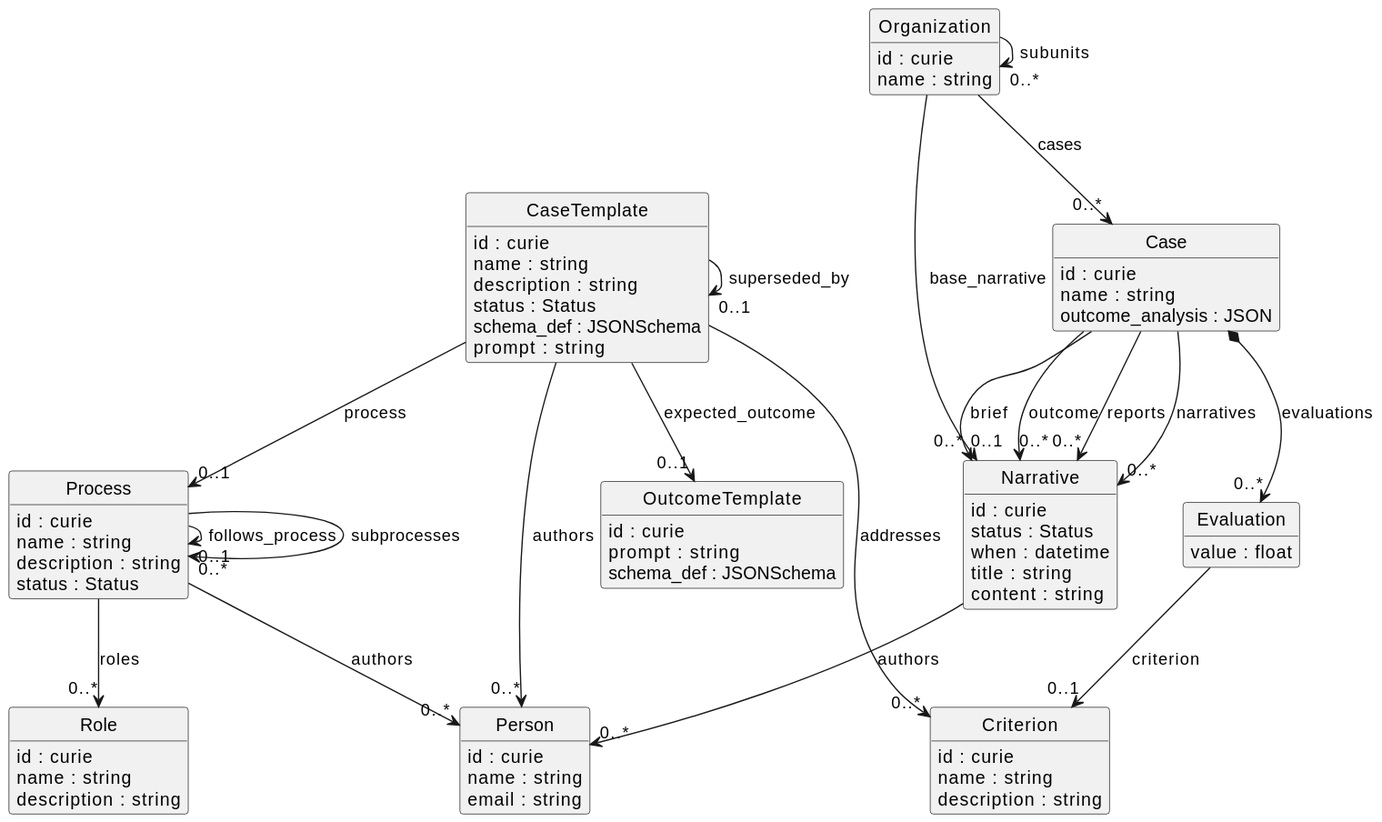
The PlantUML diagram schema.svg in Existentialist-Robot/ProcesSieve, before a commit.
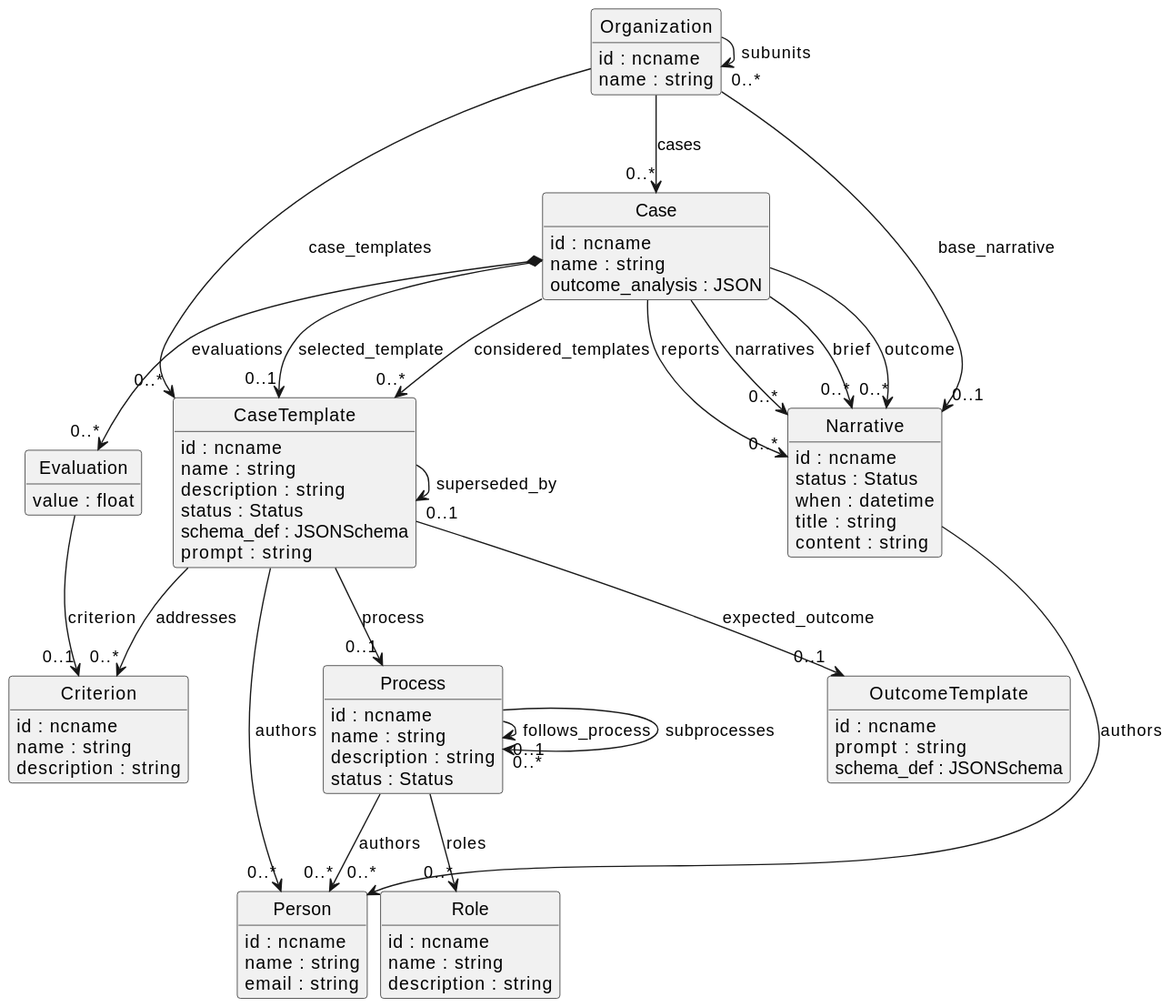
After the change.

Diff of the diagram source:
```diff
@@ -3,24 +3,24 @@
 hide circle
 hide empty members
 class "Process" [[{None}]] {
-    {field} id : curie
+    {field} id : ncname
     {field} name : string
     {field} description : string
     {field} status : Status
 }
 class "Role" [[{None}]] {
-    {field} id : curie
+    {field} id : ncname
     {field} name : string
     {field} description : string
 }
 "Process" --> "0..*" "Role" : "roles"
 class "Person" [[{None}]] {
-    {field} id : curie
+    {field} id : ncname
     {field} name : string
     {field} email : string
 }
 class "CaseTemplate" [[{None}]] {
-    {field} id : curie
+    {field} id : ncname
     {field} name : string
     {field} description : string
     {field} status : Status
@@ -32,7 +32,7 @@
 "Process" --> "0..*" "Person" : "authors"
 "CaseTemplate" --> "0..1" "Process" : "process"
 class "Narrative" [[{None}]] {
-    {field} id : curie
+    {field} id : ncname
     {field} status : Status
     {field} when : datetime
     {field} title : string
@@ -41,20 +41,21 @@
 "CaseTemplate" --> "0..*" "Person" : "authors"
 "Narrative" --> "0..*" "Person" : "authors"
 class "OutcomeTemplate" [[{None}]] {
-    {field} id : curie
+    {field} id : ncname
     {field} prompt : string
     {field} schema_def : JSONSchema
 }
 "CaseTemplate" --> "0..1" "OutcomeTemplate" : "expected_outcome"
 class "Organization" [[{None}]] {
-    {field} id : curie
+    {field} id : ncname
     {field} name : string
 }
 class "Case" [[{None}]] {
-    {field} id : curie
+    {field} id : ncname
     {field} name : string
     {field} outcome_analysis : JSON
 }
+"Organization" --> "0..*" "CaseTemplate" : "case_templates"
 "Organization" --> "0..*" "Case" : "cases"
 "Organization" --> "0..*" "Organization" : "subunits"
 "Organization" --> "0..1" "Narrative" : "base_narrative"
@@ -66,7 +67,7 @@
     {field} value : float
 }
 class "Criterion" [[{None}]] {
-    {field} id : curie
+    {field} id : ncname
     {field} name : string
     {field} description : string
 }
@@ -74,4 +75,6 @@
 "Case" *--> "0..*" "Evaluation" : "evaluations"
 "CaseTemplate" --> "0..*" "Criterion" : "addresses"
 "CaseTemplate" --> "0..1" "CaseTemplate" : "superseded_by"
+"Case" --> "0..*" "CaseTemplate" : "considered_templates"
+"Case" --> "0..1" "CaseTemplate" : "selected_template"
 @enduml
```
